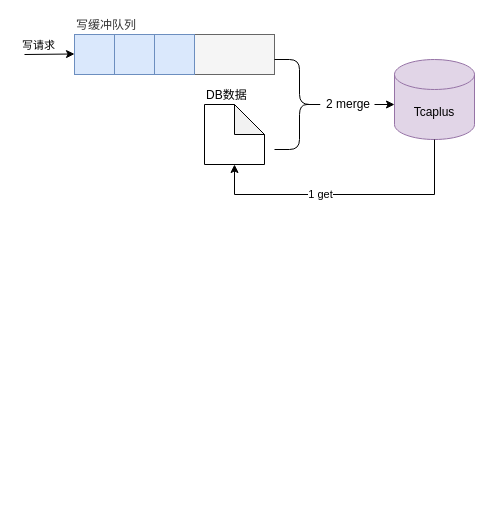
Earlier version of the draw.io diagram page "有状态服务" (5 of 6) of 业务上云.drawio (myfreejoey/picgo). Source tidied: cells renumbered, new cells numbered last; positions are measured from the earlier drawing's top-left corner, leaving out a move shared by most shapes. Both pictures are drawn from the tidied source at 100%, with x=0, y=0 at pixel (24, 34).
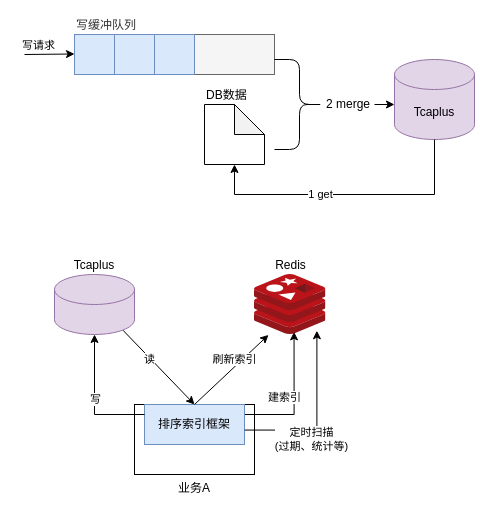
The same page after the edit.

Commit message:
更新业务上云.drawio

What changed in the source:
```diff
@@
+    <mxCell id="14" value="业务A" style="rounded=0;whiteSpace=wrap;html=1;verticalAlign=top;align=center;labelPosition=center;verticalLabelPosition=bottom;" parent="1" vertex="1">
+      <mxGeometry x="110" y="370" width="120" height="70" as="geometry" />
+    </mxCell>
@@
+    <mxCell id="15" style="rounded=0;jettySize=auto;html=1;entryX=0.5;entryY=0;entryDx=0;entryDy=0;exitX=0.855;exitY=1;exitDx=0;exitDy=-4.35;exitPerimeter=0;" parent="1" edge="1" source="17" target="20">
+      <mxGeometry relative="1" as="geometry" />
+    </mxCell>
+    <mxCell id="16" value="读" style="edgeLabel;html=1;align=center;verticalAlign=middle;" parent="15" vertex="1">
+      <mxGeometry x="-0.27" relative="1" as="geometry">
+        <mxPoint y="1" as="offset" />
+      </mxGeometry>
+    </mxCell>
+    <mxCell id="17" value="Tcaplus" style="shape=cylinder3;whiteSpace=wrap;html=1;boundedLbl=1;backgroundOutline=1;size=15;fillColor=#e1d5e7;strokeColor=#9673a6;labelPosition=center;verticalLabelPosition=top;align=center;verticalAlign=bottom;" parent="1" vertex="1">
+      <mxGeometry x="30" y="240" width="80" height="60" as="geometry" />
+    </mxCell>
+    <mxCell id="18" style="edgeStyle=orthogonalEdgeStyle;rounded=0;jettySize=auto;html=1;entryX=0.554;entryY=0.956;entryDx=0;entryDy=0;entryPerimeter=0;exitX=1;exitY=0.25;exitDx=0;exitDy=0;" parent="1" edge="1" source="20" target="21">
+      <mxGeometry relative="1" as="geometry" />
+    </mxCell>
+    <mxCell id="19" value="建索引" style="edgeLabel;html=1;align=center;verticalAlign=middle;" parent="18" vertex="1">
+      <mxGeometry x="0.25" y="1" relative="1" as="geometry">
+        <mxPoint x="-9" y="16" as="offset" />
+      </mxGeometry>
+    </mxCell>
+    <mxCell id="20" value="排序索引框架" style="rounded=0;whiteSpace=wrap;html=1;fillColor=#dae8fc;strokeColor=#6c8ebf;" parent="1" vertex="1">
+      <mxGeometry x="120" y="370" width="100" height="40" as="geometry" />
+    </mxCell>
+    <mxCell id="21" value="Redis" style="image;sketch=0;html=1;points=[];align=center;fontSize=12;image=img/lib/mscae/Cache_Redis_Product.svg;labelPosition=center;verticalLabelPosition=top;verticalAlign=bottom;" parent="1" vertex="1">
+      <mxGeometry x="230" y="240" width="71.4" height="60" as="geometry" />
+    </mxCell>
+    <mxCell id="22" style="rounded=0;jettySize=auto;html=1;entryX=0.196;entryY=1.007;entryDx=0;entryDy=0;exitX=0.5;exitY=0;exitDx=0;exitDy=0;entryPerimeter=0;" parent="1" edge="1" source="20" target="21">
+      <mxGeometry relative="1" as="geometry" />
+    </mxCell>
+    <mxCell id="23" value="刷新索引" style="edgeLabel;html=1;align=center;verticalAlign=middle;" parent="22" vertex="1">
+      <mxGeometry x="0.1" relative="1" as="geometry">
+        <mxPoint x="-1" y="-7" as="offset" />
+      </mxGeometry>
+    </mxCell>
+    <mxCell id="24" style="edgeStyle=orthogonalEdgeStyle;rounded=0;jettySize=auto;html=1;entryX=0.5;entryY=1;entryDx=0;entryDy=0;entryPerimeter=0;exitX=0;exitY=0.25;exitDx=0;exitDy=0;" parent="1" edge="1" source="20" target="17">
+      <mxGeometry relative="1" as="geometry" />
+    </mxCell>
+    <mxCell id="25" value="写" style="edgeLabel;html=1;align=center;verticalAlign=middle;" parent="24" vertex="1">
+      <mxGeometry x="0.22" relative="1" as="geometry">
+        <mxPoint y="13" as="offset" />
+      </mxGeometry>
+    </mxCell>
+    <mxCell id="26" style="edgeStyle=orthogonalEdgeStyle;rounded=0;jettySize=auto;html=1;entryX=0.874;entryY=0.937;entryDx=0;entryDy=0;entryPerimeter=0;exitX=1.002;exitY=0.639;exitDx=0;exitDy=0;exitPerimeter=0;" parent="1" edge="1" source="20" target="21">
+      <mxGeometry relative="1" as="geometry" />
+    </mxCell>
+    <mxCell id="27" value="定时扫描&lt;br&gt;(过期、统计等)" style="edgeLabel;html=1;align=center;verticalAlign=middle;" parent="26" vertex="1">
+      <mxGeometry x="-0.28" y="1" relative="1" as="geometry">
+        <mxPoint x="4" y="10" as="offset" />
+      </mxGeometry>
+    </mxCell>
```
